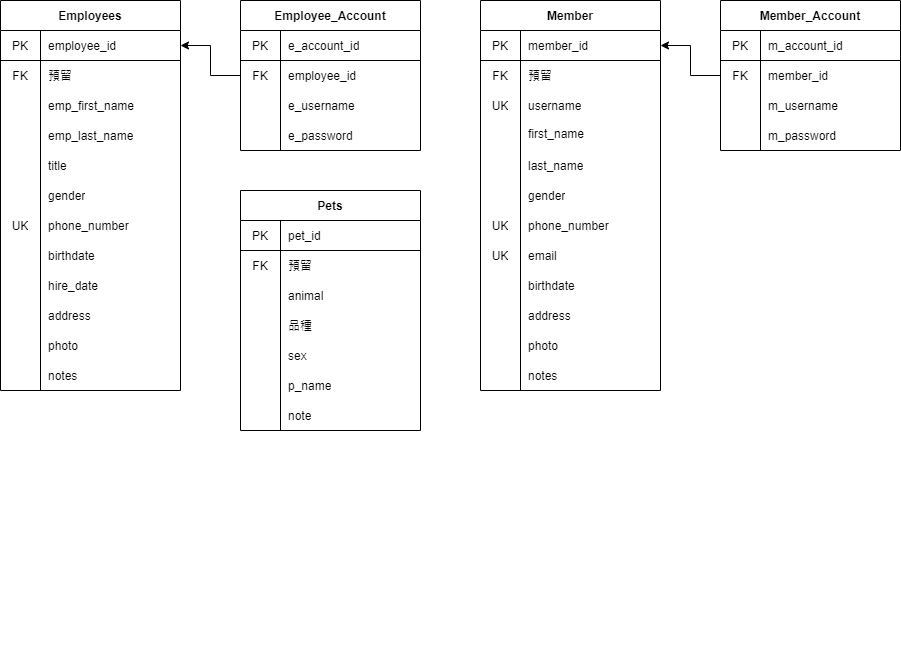
The draw.io diagram database.png in zs6184/test, before a commit. Source tidied: cells renumbered, new cells last; positions are measured from the earlier drawing's top-left corner, leaving out a move shared by most shapes.
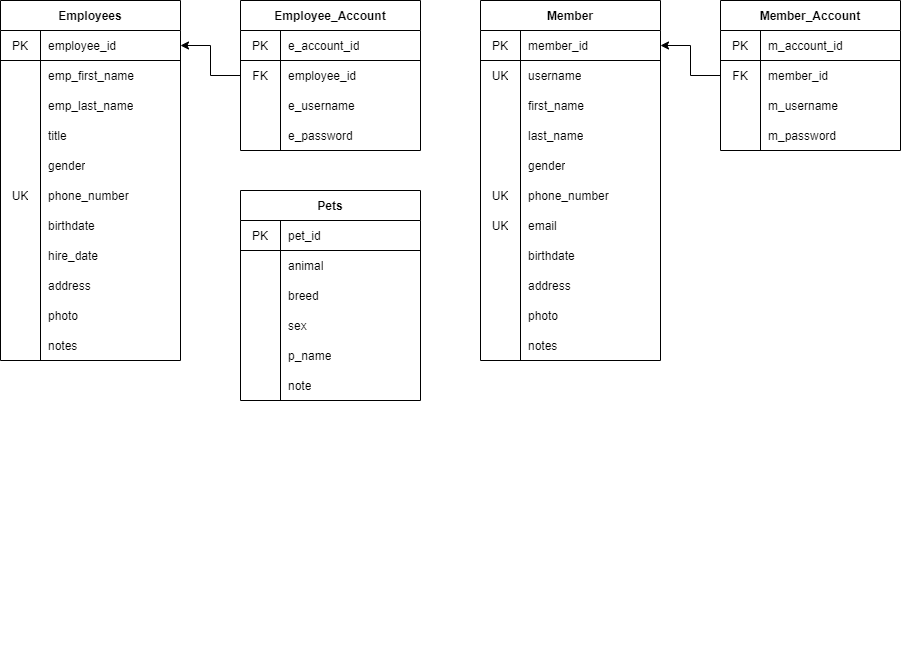
After the commit.

Diff of the diagram source:
```diff
@@ -53,14 +53,11 @@
     <mxCell id="18" style="group;" parent="1" vertex="1">
       <mxGeometry x="480" width="180" height="640" as="geometry" />
     </mxCell>
-    <mxCell id="19" value="first_name" style="shape=partialRectangle;html=1;whiteSpace=wrap;fillColor=none;top=0;left=0;bottom=0;right=0;align=left;spacingLeft=6;overflow=hidden;" parent="18" vertex="1">
-      <mxGeometry x="40" y="117.5" width="140" height="30" as="geometry" />
-    </mxCell>
     <mxCell id="20" style="group;" parent="18" vertex="1">
       <mxGeometry width="180" height="640" as="geometry" />
     </mxCell>
     <mxCell id="21" value="Member" style="shape=table;startSize=30;rowLines=0;fontStyle=1;align=center;" parent="20" vertex="1">
-      <mxGeometry width="180" height="390" as="geometry" />
+      <mxGeometry width="180" height="360" as="geometry" />
     </mxCell>
     <mxCell id="22" style="shape=partialRectangle;html=1;whiteSpace=wrap;fillColor=none;top=0;left=0;bottom=1;right=0;points=[[0,0.5],[1,0.5]];portConstraint=eastwest;" parent="21" vertex="1">
       <mxGeometry y="30" width="180" height="30" as="geometry" />
@@ -71,54 +68,57 @@
     <mxCell id="24" value="member_id" style="shape=partialRectangle;html=1;whiteSpace=wrap;fillColor=none;top=0;left=0;bottom=0;right=0;align=left;spacingLeft=6;overflow=hidden;" parent="22" vertex="1">
       <mxGeometry x="40" width="140" height="30" as="geometry" />
     </mxCell>
+    <mxCell id="28" style="shape=partialRectangle;html=1;whiteSpace=wrap;fillColor=none;top=0;left=0;bottom=0;right=0;" parent="21" vertex="1">
+      <mxGeometry y="60" width="180" height="30" as="geometry" />
+    </mxCell>
+    <mxCell id="29" value="UK" style="shape=partialRectangle;html=1;whiteSpace=wrap;fillColor=none;top=0;left=0;bottom=0;right=0;overflow=hidden;" parent="28" vertex="1">
+      <mxGeometry width="40" height="30" as="geometry" />
+    </mxCell>
+    <mxCell id="30" value="username" style="shape=partialRectangle;html=1;whiteSpace=wrap;fillColor=none;top=0;left=0;bottom=0;right=0;align=left;spacingLeft=6;overflow=hidden;" parent="28" vertex="1">
+      <mxGeometry x="40" width="140" height="30" as="geometry" />
+    </mxCell>
     <mxCell id="25" style="shape=partialRectangle;html=1;whiteSpace=wrap;fillColor=none;top=0;left=0;bottom=0;right=0;" parent="21" vertex="1">
-      <mxGeometry y="60" width="180" height="30" as="geometry" />
+      <mxGeometry y="90" width="180" height="20" as="geometry" />
     </mxCell>
-    <mxCell id="26" value="FK" style="shape=partialRectangle;html=1;whiteSpace=wrap;fillColor=none;top=0;left=0;bottom=0;right=0;overflow=hidden;" parent="25" vertex="1">
-      <mxGeometry width="40" height="30" as="geometry" />
+    <mxCell id="26" style="shape=partialRectangle;html=1;whiteSpace=wrap;fillColor=none;top=0;left=0;bottom=0;right=0;overflow=hidden;" parent="25" vertex="1">
+      <mxGeometry width="40" height="20" as="geometry" />
     </mxCell>
-    <mxCell id="27" value="預留" style="shape=partialRectangle;html=1;whiteSpace=wrap;fillColor=none;top=0;left=0;bottom=0;right=0;align=left;spacingLeft=6;overflow=hidden;" parent="25" vertex="1">
-      <mxGeometry x="40" width="140" height="30" as="geometry" />
+    <mxCell id="27" style="shape=partialRectangle;html=1;whiteSpace=wrap;fillColor=none;top=0;left=0;bottom=0;right=0;align=left;spacingLeft=6;overflow=hidden;" parent="25" vertex="1">
+      <mxGeometry x="40" width="140" height="20" as="geometry" />
     </mxCell>
-    <mxCell id="28" style="shape=partialRectangle;html=1;whiteSpace=wrap;fillColor=none;top=0;left=0;bottom=0;right=0;" parent="21" vertex="1">
-      <mxGeometry y="90" width="180" height="30" as="geometry" />
-    </mxCell>
-    <mxCell id="29" value="UK" style="shape=partialRectangle;html=1;whiteSpace=wrap;fillColor=none;top=0;left=0;bottom=0;right=0;overflow=hidden;" parent="28" vertex="1">
-      <mxGeometry width="40" height="30" as="geometry" />
-    </mxCell>
-    <mxCell id="30" value="username" style="shape=partialRectangle;html=1;whiteSpace=wrap;fillColor=none;top=0;left=0;bottom=0;right=0;align=left;spacingLeft=6;overflow=hidden;" parent="28" vertex="1">
-      <mxGeometry x="40" width="140" height="30" as="geometry" />
-    </mxCell>
     <mxCell id="31" value="notes" style="shape=partialRectangle;html=1;whiteSpace=wrap;fillColor=none;top=0;left=0;bottom=0;right=0;align=left;spacingLeft=6;overflow=hidden;" parent="20" vertex="1">
-      <mxGeometry x="40" y="360" width="140" height="30" as="geometry" />
+      <mxGeometry x="40" y="330" width="140" height="30" as="geometry" />
     </mxCell>
     <mxCell id="32" value="photo" style="shape=partialRectangle;html=1;whiteSpace=wrap;fillColor=none;top=0;left=0;bottom=0;right=0;align=left;spacingLeft=6;overflow=hidden;" parent="20" vertex="1">
-      <mxGeometry x="40" y="330" width="140" height="30" as="geometry" />
+      <mxGeometry x="40" y="300" width="140" height="30" as="geometry" />
     </mxCell>
     <mxCell id="33" value="address" style="shape=partialRectangle;html=1;whiteSpace=wrap;fillColor=none;top=0;left=0;bottom=0;right=0;align=left;spacingLeft=6;overflow=hidden;" parent="20" vertex="1">
-      <mxGeometry x="40" y="300" width="140" height="30" as="geometry" />
+      <mxGeometry x="40" y="270" width="140" height="30" as="geometry" />
     </mxCell>
     <mxCell id="34" value="birthdate" style="shape=partialRectangle;html=1;whiteSpace=wrap;fillColor=none;top=0;left=0;bottom=0;right=0;align=left;spacingLeft=6;overflow=hidden;" parent="20" vertex="1">
-      <mxGeometry x="40" y="270" width="140" height="30" as="geometry" />
+      <mxGeometry x="40" y="240" width="140" height="30" as="geometry" />
     </mxCell>
     <mxCell id="35" value="email" style="shape=partialRectangle;html=1;whiteSpace=wrap;fillColor=none;top=0;left=0;bottom=0;right=0;align=left;spacingLeft=6;overflow=hidden;" parent="20" vertex="1">
-      <mxGeometry x="40" y="240" width="140" height="30" as="geometry" />
+      <mxGeometry x="40" y="210" width="140" height="30" as="geometry" />
     </mxCell>
     <mxCell id="36" value="UK" style="shape=partialRectangle;html=1;whiteSpace=wrap;fillColor=none;top=0;left=0;bottom=0;right=0;overflow=hidden;" parent="20" vertex="1">
-      <mxGeometry y="240" width="40" height="30" as="geometry" />
+      <mxGeometry y="210" width="40" height="30" as="geometry" />
     </mxCell>
     <mxCell id="37" value="UK" style="shape=partialRectangle;html=1;whiteSpace=wrap;fillColor=none;top=0;left=0;bottom=0;right=0;overflow=hidden;" parent="20" vertex="1">
-      <mxGeometry y="210" width="40" height="30" as="geometry" />
+      <mxGeometry y="180" width="40" height="30" as="geometry" />
     </mxCell>
     <mxCell id="38" value="phone_number" style="shape=partialRectangle;html=1;whiteSpace=wrap;fillColor=none;top=0;left=0;bottom=0;right=0;align=left;spacingLeft=6;overflow=hidden;" parent="20" vertex="1">
-      <mxGeometry x="40" y="210" width="140" height="30" as="geometry" />
+      <mxGeometry x="40" y="180" width="140" height="30" as="geometry" />
     </mxCell>
     <mxCell id="39" value="gender" style="shape=partialRectangle;html=1;whiteSpace=wrap;fillColor=none;top=0;left=0;bottom=0;right=0;align=left;spacingLeft=6;overflow=hidden;" parent="20" vertex="1">
-      <mxGeometry x="40" y="180" width="140" height="30" as="geometry" />
+      <mxGeometry x="40" y="150" width="140" height="30" as="geometry" />
     </mxCell>
     <mxCell id="40" value="last_name" style="shape=partialRectangle;html=1;whiteSpace=wrap;fillColor=none;top=0;left=0;bottom=0;right=0;align=left;spacingLeft=6;overflow=hidden;" parent="20" vertex="1">
-      <mxGeometry x="40" y="150" width="140" height="30" as="geometry" />
+      <mxGeometry x="40" y="120" width="140" height="30" as="geometry" />
     </mxCell>
+    <mxCell id="19" value="first_name" style="shape=partialRectangle;html=1;whiteSpace=wrap;fillColor=none;top=0;left=0;bottom=0;right=0;align=left;spacingLeft=6;overflow=hidden;" parent="20" vertex="1">
+      <mxGeometry x="40" y="90" width="140" height="30" as="geometry" />
+    </mxCell>
     <mxCell id="41" style="group;" parent="1" vertex="1">
       <mxGeometry x="240" width="180" height="150" as="geometry" />
     </mxCell>
@@ -159,7 +159,7 @@
       <mxGeometry width="180" height="420" as="geometry" />
     </mxCell>
     <mxCell id="54" value="Employees" style="shape=table;startSize=30;rowLines=0;fontStyle=1;align=center;" parent="53" vertex="1">
-      <mxGeometry width="180" height="390" as="geometry" />
+      <mxGeometry width="180" height="360" as="geometry" />
     </mxCell>
     <mxCell id="55" style="shape=partialRectangle;html=1;whiteSpace=wrap;fillColor=none;top=0;left=0;bottom=1;right=0;points=[[0,0.5],[1,0.5]];portConstraint=eastwest;" parent="54" vertex="1">
       <mxGeometry y="30" width="180" height="30" as="geometry" />
@@ -170,17 +170,8 @@
     <mxCell id="57" value="employee_id" style="shape=partialRectangle;html=1;whiteSpace=wrap;fillColor=none;top=0;left=0;bottom=0;right=0;align=left;spacingLeft=6;overflow=hidden;" parent="55" vertex="1">
       <mxGeometry x="40" width="140" height="30" as="geometry" />
     </mxCell>
-    <mxCell id="58" style="shape=partialRectangle;html=1;whiteSpace=wrap;fillColor=none;top=0;left=0;bottom=0;right=0;" parent="54" vertex="1">
-      <mxGeometry y="60" width="180" height="30" as="geometry" />
-    </mxCell>
-    <mxCell id="59" value="FK" style="shape=partialRectangle;html=1;whiteSpace=wrap;fillColor=none;top=0;left=0;bottom=0;right=0;overflow=hidden;" parent="58" vertex="1">
-      <mxGeometry width="40" height="30" as="geometry" />
-    </mxCell>
-    <mxCell id="60" value="預留" style="shape=partialRectangle;html=1;whiteSpace=wrap;fillColor=none;top=0;left=0;bottom=0;right=0;align=left;spacingLeft=6;overflow=hidden;" parent="58" vertex="1">
-      <mxGeometry x="40" width="140" height="30" as="geometry" />
-    </mxCell>
     <mxCell id="61" style="shape=partialRectangle;html=1;whiteSpace=wrap;fillColor=none;top=0;left=0;bottom=0;right=0;" parent="54" vertex="1">
-      <mxGeometry y="90" width="180" height="30" as="geometry" />
+      <mxGeometry y="60" width="180" height="30" as="geometry" />
     </mxCell>
     <mxCell id="62" style="shape=partialRectangle;html=1;whiteSpace=wrap;fillColor=none;top=0;left=0;bottom=0;right=0;overflow=hidden;" parent="61" vertex="1">
       <mxGeometry width="40" height="30" as="geometry" />
@@ -189,34 +180,34 @@
       <mxGeometry x="40" width="140" height="30" as="geometry" />
     </mxCell>
     <mxCell id="64" value="emp_last_name" style="shape=partialRectangle;html=1;whiteSpace=wrap;fillColor=none;top=0;left=0;bottom=0;right=0;align=left;spacingLeft=6;overflow=hidden;" parent="53" vertex="1">
-      <mxGeometry x="40" y="120" width="140" height="30" as="geometry" />
+      <mxGeometry x="40" y="90" width="140" height="30" as="geometry" />
     </mxCell>
     <mxCell id="65" value="title" style="shape=partialRectangle;html=1;whiteSpace=wrap;fillColor=none;top=0;left=0;bottom=0;right=0;align=left;spacingLeft=6;overflow=hidden;" parent="53" vertex="1">
-      <mxGeometry x="40" y="150" width="140" height="30" as="geometry" />
+      <mxGeometry x="40" y="120" width="140" height="30" as="geometry" />
     </mxCell>
     <mxCell id="66" value="gender" style="shape=partialRectangle;html=1;whiteSpace=wrap;fillColor=none;top=0;left=0;bottom=0;right=0;align=left;spacingLeft=6;overflow=hidden;" parent="53" vertex="1">
-      <mxGeometry x="40" y="180" width="140" height="30" as="geometry" />
+      <mxGeometry x="40" y="150" width="140" height="30" as="geometry" />
     </mxCell>
     <mxCell id="67" value="phone_number" style="shape=partialRectangle;html=1;whiteSpace=wrap;fillColor=none;top=0;left=0;bottom=0;right=0;align=left;spacingLeft=6;overflow=hidden;" parent="53" vertex="1">
-      <mxGeometry x="40" y="210" width="140" height="30" as="geometry" />
+      <mxGeometry x="40" y="180" width="140" height="30" as="geometry" />
     </mxCell>
     <mxCell id="68" value="UK" style="shape=partialRectangle;html=1;whiteSpace=wrap;fillColor=none;top=0;left=0;bottom=0;right=0;overflow=hidden;" parent="53" vertex="1">
-      <mxGeometry y="210" width="40" height="30" as="geometry" />
+      <mxGeometry y="180" width="40" height="30" as="geometry" />
     </mxCell>
     <mxCell id="69" value="notes" style="shape=partialRectangle;html=1;whiteSpace=wrap;fillColor=none;top=0;left=0;bottom=0;right=0;align=left;spacingLeft=6;overflow=hidden;" parent="53" vertex="1">
-      <mxGeometry x="40" y="360" width="140" height="30" as="geometry" />
+      <mxGeometry x="40" y="330" width="140" height="30" as="geometry" />
     </mxCell>
     <mxCell id="70" value="photo" style="shape=partialRectangle;html=1;whiteSpace=wrap;fillColor=none;top=0;left=0;bottom=0;right=0;align=left;spacingLeft=6;overflow=hidden;" parent="53" vertex="1">
-      <mxGeometry x="40" y="330" width="140" height="30" as="geometry" />
+      <mxGeometry x="40" y="300" width="140" height="30" as="geometry" />
     </mxCell>
     <mxCell id="71" value="address" style="shape=partialRectangle;html=1;whiteSpace=wrap;fillColor=none;top=0;left=0;bottom=0;right=0;align=left;spacingLeft=6;overflow=hidden;" parent="53" vertex="1">
-      <mxGeometry x="40" y="300" width="140" height="30" as="geometry" />
+      <mxGeometry x="40" y="270" width="140" height="30" as="geometry" />
     </mxCell>
     <mxCell id="72" value="hire_date" style="shape=partialRectangle;html=1;whiteSpace=wrap;fillColor=none;top=0;left=0;bottom=0;right=0;align=left;spacingLeft=6;overflow=hidden;" parent="53" vertex="1">
-      <mxGeometry x="40" y="270" width="140" height="30" as="geometry" />
+      <mxGeometry x="40" y="240" width="140" height="30" as="geometry" />
     </mxCell>
     <mxCell id="73" value="birthdate" style="shape=partialRectangle;html=1;whiteSpace=wrap;fillColor=none;top=0;left=0;bottom=0;right=0;align=left;spacingLeft=6;overflow=hidden;" parent="53" vertex="1">
-      <mxGeometry x="40" y="240" width="140" height="30" as="geometry" />
+      <mxGeometry x="40" y="210" width="140" height="30" as="geometry" />
     </mxCell>
     <mxCell id="74" style="edgeStyle=orthogonalEdgeStyle;rounded=0;jettySize=auto;html=1;entryX=1;entryY=0.5;entryDx=0;entryDy=0;" parent="1" edge="1" source="11" target="22">
       <mxGeometry relative="1" as="geometry" />
@@ -225,7 +216,7 @@
       <mxGeometry x="240" y="190" width="180" height="460" as="geometry" />
     </mxCell>
     <mxCell id="76" value="Pets" style="shape=table;startSize=30;rowLines=0;fontStyle=1;align=center;" parent="75" vertex="1">
-      <mxGeometry width="180" height="240" as="geometry" />
+      <mxGeometry width="180" height="210" as="geometry" />
     </mxCell>
     <mxCell id="77" style="shape=partialRectangle;html=1;whiteSpace=wrap;fillColor=none;top=0;left=0;bottom=1;right=0;" parent="76" vertex="1">
       <mxGeometry y="30" width="180" height="30" as="geometry" />
@@ -236,17 +227,8 @@
     <mxCell id="79" value="pet_id" style="shape=partialRectangle;html=1;whiteSpace=wrap;fillColor=none;top=0;left=0;bottom=0;right=0;align=left;spacingLeft=6;overflow=hidden;" parent="77" vertex="1">
       <mxGeometry x="40" width="140" height="30" as="geometry" />
     </mxCell>
-    <mxCell id="80" style="shape=partialRectangle;html=1;whiteSpace=wrap;fillColor=none;top=0;left=0;bottom=0;right=0;" parent="76" vertex="1">
-      <mxGeometry y="60" width="180" height="30" as="geometry" />
-    </mxCell>
-    <mxCell id="81" value="FK" style="shape=partialRectangle;html=1;whiteSpace=wrap;fillColor=none;top=0;left=0;bottom=0;right=0;overflow=hidden;" parent="80" vertex="1">
-      <mxGeometry width="40" height="30" as="geometry" />
-    </mxCell>
-    <mxCell id="82" value="預留" style="shape=partialRectangle;html=1;whiteSpace=wrap;fillColor=none;top=0;left=0;bottom=0;right=0;align=left;spacingLeft=6;overflow=hidden;" parent="80" vertex="1">
-      <mxGeometry x="40" width="140" height="30" as="geometry" />
-    </mxCell>
     <mxCell id="83" style="shape=partialRectangle;html=1;whiteSpace=wrap;fillColor=none;top=0;left=0;bottom=0;right=0;" parent="76" vertex="1">
-      <mxGeometry y="90" width="180" height="30" as="geometry" />
+      <mxGeometry y="60" width="180" height="30" as="geometry" />
     </mxCell>
     <mxCell id="84" style="shape=partialRectangle;html=1;whiteSpace=wrap;fillColor=none;top=0;left=0;bottom=0;right=0;overflow=hidden;" parent="83" vertex="1">
       <mxGeometry width="40" height="30" as="geometry" />
@@ -254,17 +236,17 @@
     <mxCell id="85" value="animal" style="shape=partialRectangle;html=1;whiteSpace=wrap;fillColor=none;top=0;left=0;bottom=0;right=0;align=left;spacingLeft=6;overflow=hidden;" parent="83" vertex="1">
       <mxGeometry x="40" width="140" height="30" as="geometry" />
     </mxCell>
-    <mxCell id="86" value="品種" style="shape=partialRectangle;html=1;whiteSpace=wrap;fillColor=none;top=0;left=0;bottom=0;right=0;align=left;spacingLeft=6;overflow=hidden;" parent="75" vertex="1">
-      <mxGeometry x="40" y="120" width="140" height="30" as="geometry" />
+    <mxCell id="86" value="breed" style="shape=partialRectangle;html=1;whiteSpace=wrap;fillColor=none;top=0;left=0;bottom=0;right=0;align=left;spacingLeft=6;overflow=hidden;" parent="75" vertex="1">
+      <mxGeometry x="40" y="90" width="140" height="30" as="geometry" />
     </mxCell>
     <mxCell id="87" value="sex" style="shape=partialRectangle;html=1;whiteSpace=wrap;fillColor=none;top=0;left=0;bottom=0;right=0;align=left;spacingLeft=6;overflow=hidden;" parent="75" vertex="1">
-      <mxGeometry x="40" y="150" width="140" height="30" as="geometry" />
+      <mxGeometry x="40" y="120" width="140" height="30" as="geometry" />
     </mxCell>
     <mxCell id="88" value="p_name" style="shape=partialRectangle;html=1;whiteSpace=wrap;fillColor=none;top=0;left=0;bottom=0;right=0;align=left;spacingLeft=6;overflow=hidden;" parent="75" vertex="1">
-      <mxGeometry x="40" y="180" width="140" height="30" as="geometry" />
+      <mxGeometry x="40" y="150" width="140" height="30" as="geometry" />
     </mxCell>
     <mxCell id="89" value="note" style="shape=partialRectangle;html=1;whiteSpace=wrap;fillColor=none;top=0;left=0;bottom=0;right=0;align=left;spacingLeft=6;overflow=hidden;" parent="75" vertex="1">
-      <mxGeometry x="40" y="210" width="140" height="30" as="geometry" />
+      <mxGeometry x="40" y="180" width="140" height="30" as="geometry" />
     </mxCell>
   </root>
 </mxGraphModel>
```
